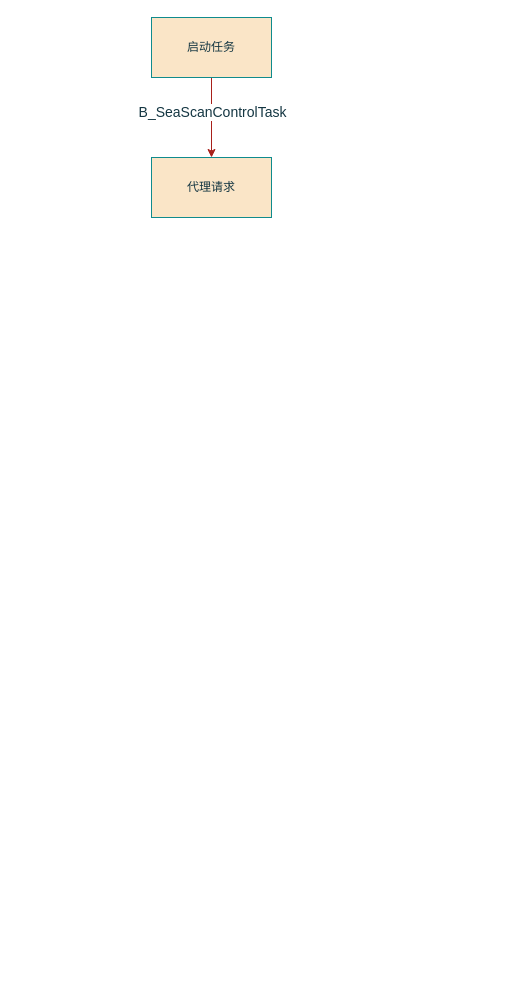
aa19920627/mydraw.io keeps this draw.io diagram as page "智能采集任务启动" (1 of 3) of 智能采集任务流程图.drawio. Above is the earlier version. Source tidied: cells renumbered, new cells numbered last; positions are measured from the earlier drawing's top-left corner, leaving out a move shared by most shapes. Both pictures are drawn from the tidied source at 100%, with x=0, y=0 at pixel (151, 17).
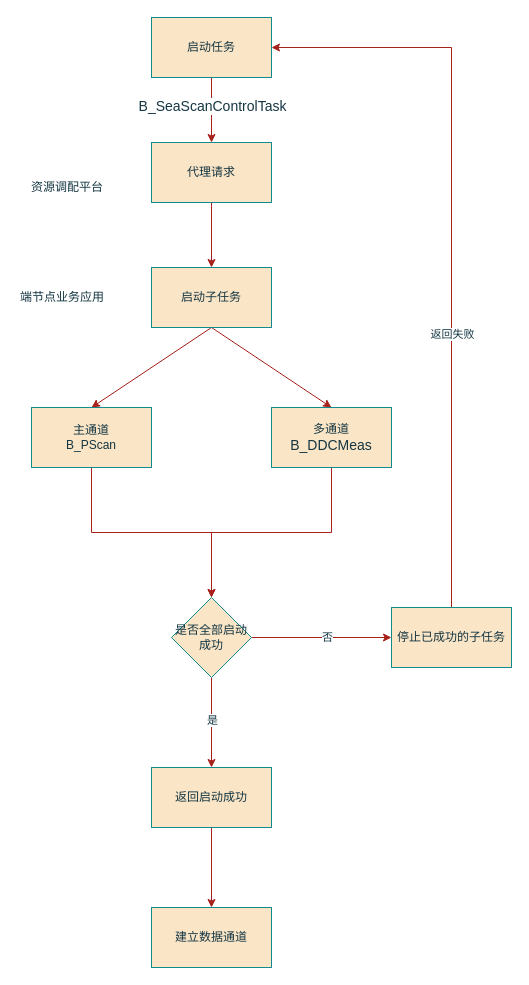
After the change.

Commit message:
更新智能采集任务流程图.drawio

Unchanged cells that the change refers to:
```xml
<mxCell id="4" value="启动任务" style="rounded=0;whiteSpace=wrap;html=1;strokeColor=#0F8B8D;fontColor=#143642;fillColor=#FAE5C7;" parent="1" vertex="1">
  <mxGeometry width="120" height="60" as="geometry" />
</mxCell>
```

Diff of the diagram source:
```diff
@@
+    <mxCell id="6" style="edgeStyle=orthogonalEdgeStyle;rounded=0;jettySize=auto;html=1;strokeColor=#A8201A;fontColor=#143642;fillColor=#FAE5C7;" parent="1" edge="1" source="5" target="10">
+      <mxGeometry relative="1" as="geometry" />
+    </mxCell>
     <mxCell id="5" value="代理请求" style="whiteSpace=wrap;html=1;fillColor=#FAE5C7;strokeColor=#0F8B8D;fontColor=#143642;rounded=0;" parent="1" vertex="1">
-      <mxGeometry y="140" width="120" height="60" as="geometry" />
+      <mxGeometry y="125" width="120" height="60" as="geometry" />
     </mxCell>
+    <mxCell id="7" value="资源调配平台" style="text;html=1;whiteSpace=wrap;strokeColor=none;fillColor=none;align=center;verticalAlign=middle;rounded=0;fontColor=#143642;" parent="1" vertex="1">
+      <mxGeometry x="-124" y="155" width="80" height="30" as="geometry" />
+    </mxCell>
+    <mxCell id="8" style="rounded=0;jettySize=auto;html=1;exitX=0.5;exitY=1;exitDx=0;exitDy=0;strokeColor=#A8201A;fontColor=#143642;fillColor=#FAE5C7;entryX=0.5;entryY=0;entryDx=0;entryDy=0;" parent="1" edge="1" source="10" target="13">
+      <mxGeometry relative="1" as="geometry" />
+    </mxCell>
+    <mxCell id="9" style="rounded=0;jettySize=auto;html=1;exitX=0.5;exitY=1;exitDx=0;exitDy=0;entryX=0.5;entryY=0;entryDx=0;entryDy=0;strokeColor=#A8201A;fontColor=#143642;fillColor=#FAE5C7;" parent="1" edge="1" source="10" target="15">
+      <mxGeometry relative="1" as="geometry" />
+    </mxCell>
+    <mxCell id="10" value="启动子任务" style="whiteSpace=wrap;html=1;fillColor=#FAE5C7;strokeColor=#0F8B8D;fontColor=#143642;rounded=0;" parent="1" vertex="1">
+      <mxGeometry y="250" width="120" height="60" as="geometry" />
+    </mxCell>
+    <mxCell id="11" value="端节点业务应用" style="text;html=1;whiteSpace=wrap;strokeColor=none;fillColor=none;align=center;verticalAlign=middle;rounded=0;fontColor=#143642;" parent="1" vertex="1">
+      <mxGeometry x="-134" y="265" width="90" height="30" as="geometry" />
+    </mxCell>
+    <mxCell id="12" style="rounded=0;jettySize=auto;html=1;strokeColor=#A8201A;fontColor=#143642;fillColor=#FAE5C7;exitX=0.5;exitY=1;exitDx=0;exitDy=0;edgeStyle=orthogonalEdgeStyle;entryX=0.5;entryY=0;entryDx=0;entryDy=0;" parent="1" edge="1" source="13" target="20">
+      <mxGeometry relative="1" as="geometry" />
+    </mxCell>
+    <mxCell id="13" value="主通道&lt;div&gt;B_PScan&lt;/div&gt;" style="rounded=0;whiteSpace=wrap;html=1;strokeColor=#0F8B8D;fontColor=#143642;fillColor=#FAE5C7;" parent="1" vertex="1">
+      <mxGeometry x="-120" y="390" width="120" height="60" as="geometry" />
+    </mxCell>
+    <mxCell id="14" style="edgeStyle=orthogonalEdgeStyle;rounded=0;jettySize=auto;html=1;exitX=0.5;exitY=1;exitDx=0;exitDy=0;entryX=0.5;entryY=0;entryDx=0;entryDy=0;strokeColor=#A8201A;fontColor=#143642;fillColor=#FAE5C7;" parent="1" edge="1" source="15" target="20">
+      <mxGeometry relative="1" as="geometry" />
+    </mxCell>
+    <mxCell id="15" value="多通道&lt;div&gt;&lt;span lang=&quot;EN-US&quot; style=&quot;font-size:10.5pt;mso-bidi-font-size:&lt;br/&gt;11.0pt;line-height:115%;font-family:&amp;quot;Calibri&amp;quot;,sans-serif;mso-ascii-theme-font:&lt;br/&gt;minor-latin;mso-fareast-font-family:宋体;mso-fareast-theme-font:minor-fareast;&lt;br/&gt;mso-hansi-theme-font:minor-latin;mso-bidi-font-family:&amp;quot;Times New Roman&amp;quot;;&lt;br/&gt;mso-bidi-theme-font:minor-bidi;mso-font-kerning:1.0pt;mso-ansi-language:EN-US;&lt;br/&gt;mso-fareast-language:ZH-CN;mso-bidi-language:AR-SA&quot;&gt;B_DDCMeas&lt;/span&gt;&lt;/div&gt;" style="rounded=0;whiteSpace=wrap;html=1;strokeColor=#0F8B8D;fontColor=#143642;fillColor=#FAE5C7;" parent="1" vertex="1">
+      <mxGeometry x="120" y="390" width="120" height="60" as="geometry" />
+    </mxCell>
+    <mxCell id="16" style="edgeStyle=orthogonalEdgeStyle;rounded=0;jettySize=auto;html=1;strokeColor=#A8201A;fontColor=#143642;fillColor=#FAE5C7;" parent="1" edge="1" source="20" target="23">
+      <mxGeometry relative="1" as="geometry" />
+    </mxCell>
+    <mxCell id="17" value="否" style="edgeLabel;html=1;align=center;verticalAlign=middle;strokeColor=#0F8B8D;fontColor=#143642;fillColor=#FAE5C7;" parent="16" vertex="1">
+      <mxGeometry x="0.07" y="1" relative="1" as="geometry" />
+    </mxCell>
+    <mxCell id="18" style="edgeStyle=orthogonalEdgeStyle;rounded=0;jettySize=auto;html=1;strokeColor=#A8201A;fontColor=#143642;fillColor=#FAE5C7;" parent="1" edge="1" source="20" target="25">
+      <mxGeometry relative="1" as="geometry" />
+    </mxCell>
+    <mxCell id="19" value="是" style="edgeLabel;html=1;align=center;verticalAlign=middle;strokeColor=#0F8B8D;fontColor=#143642;fillColor=#FAE5C7;" parent="18" vertex="1">
+      <mxGeometry x="-0.06" y="1" relative="1" as="geometry">
+        <mxPoint x="-1" as="offset" />
+      </mxGeometry>
+    </mxCell>
+    <mxCell id="20" value="是否全部启动成功" style="rhombus;whiteSpace=wrap;html=1;fillColor=#FAE5C7;strokeColor=#0F8B8D;fontColor=#143642;rounded=0;" parent="1" vertex="1">
+      <mxGeometry x="20" y="580" width="80" height="80" as="geometry" />
+    </mxCell>
+    <mxCell id="21" style="edgeStyle=orthogonalEdgeStyle;rounded=0;jettySize=auto;html=1;exitX=0.5;exitY=0;exitDx=0;exitDy=0;entryX=1;entryY=0.5;entryDx=0;entryDy=0;strokeColor=#A8201A;fontColor=#143642;fillColor=#FAE5C7;" parent="1" edge="1" source="23" target="4">
+      <mxGeometry relative="1" as="geometry" />
+    </mxCell>
+    <mxCell id="22" value="返回失败" style="edgeLabel;html=1;align=center;verticalAlign=middle;strokeColor=#0F8B8D;fontColor=#143642;fillColor=#FAE5C7;" parent="21" vertex="1">
+      <mxGeometry x="-0.26" relative="1" as="geometry" />
+    </mxCell>
+    <mxCell id="23" value="停止已成功的子任务" style="whiteSpace=wrap;html=1;fillColor=#FAE5C7;strokeColor=#0F8B8D;fontColor=#143642;rounded=0;" parent="1" vertex="1">
+      <mxGeometry x="240" y="590" width="120" height="60" as="geometry" />
+    </mxCell>
+    <mxCell id="24" style="edgeStyle=orthogonalEdgeStyle;rounded=0;jettySize=auto;html=1;strokeColor=#A8201A;fontColor=#143642;fillColor=#FAE5C7;" parent="1" edge="1" source="25" target="26">
+      <mxGeometry relative="1" as="geometry" />
+    </mxCell>
+    <mxCell id="25" value="返回启动成功" style="whiteSpace=wrap;html=1;fillColor=#FAE5C7;strokeColor=#0F8B8D;fontColor=#143642;rounded=0;" parent="1" vertex="1">
+      <mxGeometry y="750" width="120" height="60" as="geometry" />
+    </mxCell>
+    <mxCell id="26" value="建立数据通道" style="whiteSpace=wrap;html=1;fillColor=#FAE5C7;strokeColor=#0F8B8D;fontColor=#143642;rounded=0;" parent="1" vertex="1">
+      <mxGeometry y="890" width="120" height="60" as="geometry" />
+    </mxCell>
```
